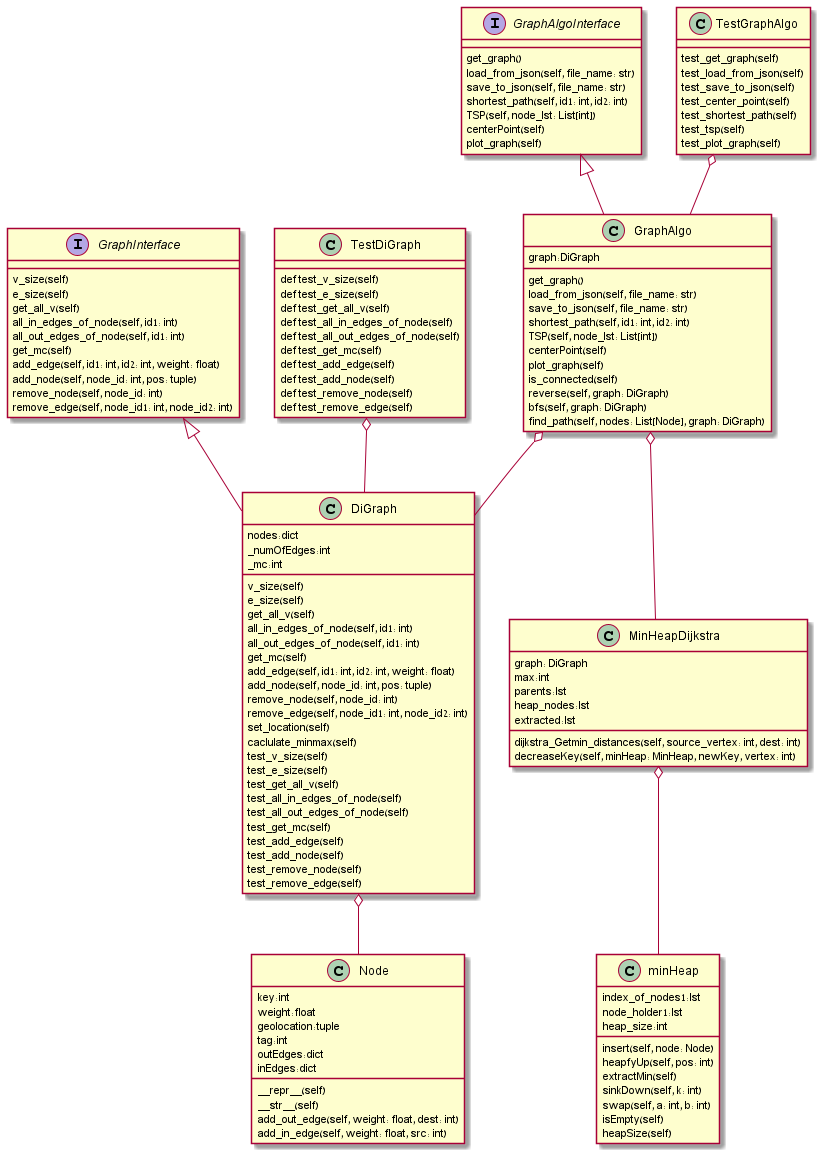
Before: images/z.png, a diagram exported from PlantUML (ShauliTaragin/OOP_Ex3).
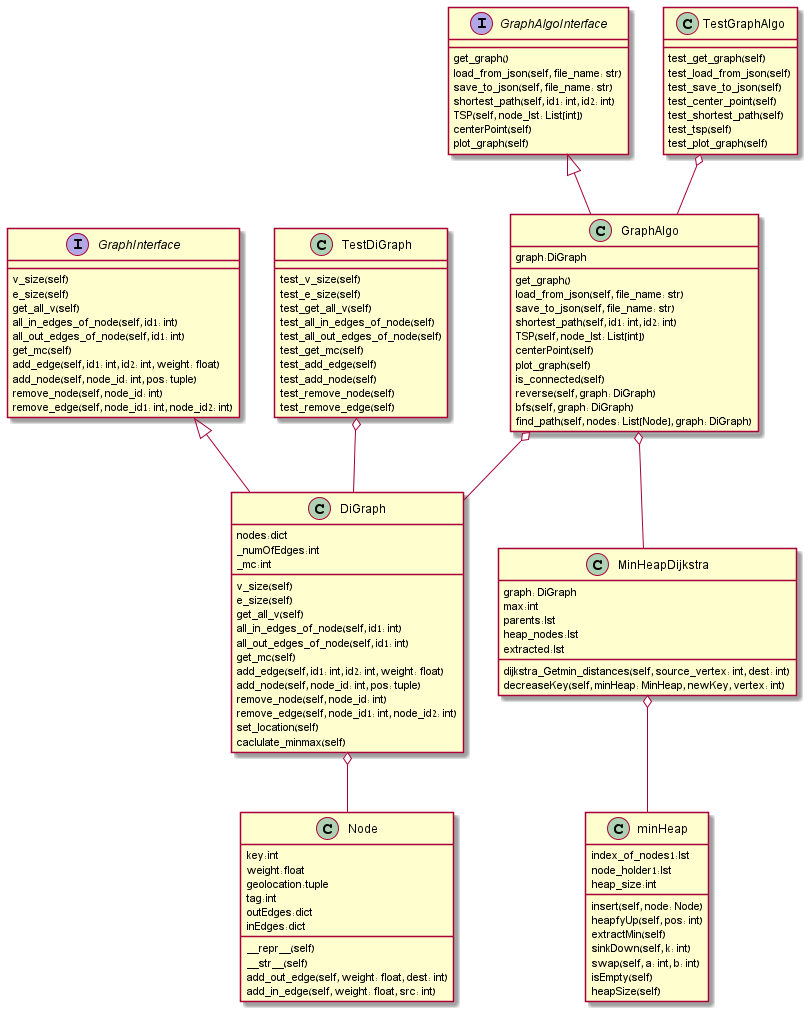
Later version of the same file.

Commit message:
added link to wiki + fixed uml

The edit, as a diff of the source:
```diff
@@ -102,18 +102,6 @@
 test_plot_graph(self)
 }
 class TestDiGraph{
-def test_v_size(self)
-def test_e_size(self)
-def test_get_all_v(self)
-def test_all_in_edges_of_node(self)
-def test_all_out_edges_of_node(self)
-def test_get_mc(self)
-def test_add_edge(self)
-def test_add_node(self)
-def test_remove_node(self)
-def test_remove_edge(self)
-}
-class DiGraph{
 test_v_size(self)
 test_e_size(self)
 test_get_all_v(self)
```
